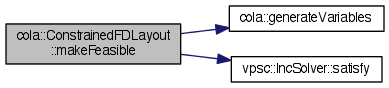
mjwybrow/adaptagrams keeps this Graphviz diagram as documentation/classcola_1_1ConstrainedFDLayout_a66697e8a428b0d1ecd8d5e042ee7072f_cgraph.png. Above is the earlier version. Its source is kept beside it as documentation/classcola_1_1ConstrainedFDLayout_a66697e8a428b0d1ecd8d5e042ee7072f_cgraph.dot. Source of this version:
```dot
digraph "cola::ConstrainedFDLayout::makeFeasible"
{
  edge [fontname="Helvetica",fontsize="10",labelfontname="Helvetica",labelfontsize="10"];
  node [fontname="Helvetica",fontsize="10",shape=record];
  rankdir="LR";
  Node1 [label="cola::ConstrainedFDLayout\l::makeFeasible",height=0.2,width=0.4,color="black", fillcolor="grey75", style="filled" fontcolor="black"];
  Node1 -> Node2 [color="midnightblue",fontsize="10",style="solid",fontname="Helvetica"];
  Node2 [label="cola::generateVariables",height=0.2,width=0.4,color="black", fillcolor="white", style="filled",URL="$namespacecola.html#a8ce8e00454f0368e0a145ae5ee9b785d",tooltip="Generate just all the variables for a collection of CompoundConstraints."];
  Node1 -> Node3 [color="midnightblue",fontsize="10",style="solid",fontname="Helvetica"];
  Node3 [label="vpsc::IncSolver::satisfy",height=0.2,width=0.4,color="black", fillcolor="white", style="filled",URL="$classvpsc_1_1IncSolver.html#ae0514b075bdc0329bde9539d7132c343",tooltip="Results in an approximate solution subject to the constraints."];
}
```
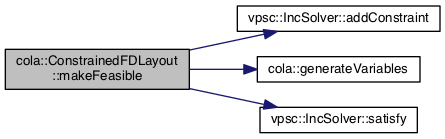
After the commit.

What changed in the source:
```diff
@@ -3,9 +3,11 @@
   edge [fontname="Helvetica",fontsize="10",labelfontname="Helvetica",labelfontsize="10"];
   node [fontname="Helvetica",fontsize="10",shape=record];
   rankdir="LR";
-  Node1 [label="cola::ConstrainedFDLayout\l::makeFeasible",height=0.2,width=0.4,color="black", fillcolor="grey75", style="filled" fontcolor="black"];
+  Node1 [label="cola::ConstrainedFDLayout\l::makeFeasible",height=0.2,width=0.4,color="black", fillcolor="grey75", style="filled", fontcolor="black"];
   Node1 -> Node2 [color="midnightblue",fontsize="10",style="solid",fontname="Helvetica"];
-  Node2 [label="cola::generateVariables",height=0.2,width=0.4,color="black", fillcolor="white", style="filled",URL="$namespacecola.html#a8ce8e00454f0368e0a145ae5ee9b785d",tooltip="Generate just all the variables for a collection of CompoundConstraints."];
+  Node2 [label="vpsc::IncSolver::addConstraint",height=0.2,width=0.4,color="black", fillcolor="white", style="filled",URL="$classvpsc_1_1IncSolver.html#a2fbb3f66b478a7d9078d753dc1b4605b",tooltip="Adds a constraint to the existing VPSC solver. "];
   Node1 -> Node3 [color="midnightblue",fontsize="10",style="solid",fontname="Helvetica"];
-  Node3 [label="vpsc::IncSolver::satisfy",height=0.2,width=0.4,color="black", fillcolor="white", style="filled",URL="$classvpsc_1_1IncSolver.html#ae0514b075bdc0329bde9539d7132c343",tooltip="Results in an approximate solution subject to the constraints."];
+  Node3 [label="cola::generateVariables",height=0.2,width=0.4,color="black", fillcolor="white", style="filled",URL="$namespacecola.html#a8ce8e00454f0368e0a145ae5ee9b785d",tooltip="Generate just all the variables for a collection of CompoundConstraints. "];
+  Node1 -> Node4 [color="midnightblue",fontsize="10",style="solid",fontname="Helvetica"];
+  Node4 [label="vpsc::IncSolver::satisfy",height=0.2,width=0.4,color="black", fillcolor="white", style="filled",URL="$classvpsc_1_1IncSolver.html#ae0514b075bdc0329bde9539d7132c343",tooltip="Results in an approximate solution subject to the constraints. "];
 }
```
